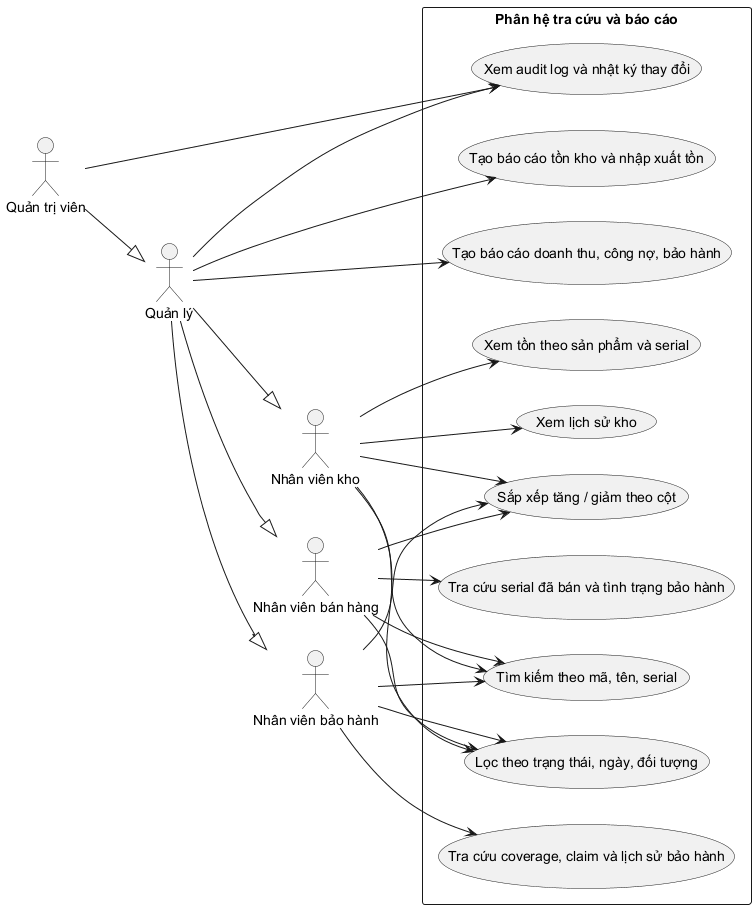
TheGiver262/WarePro keeps this PlantUML diagram as Diagram/plantuml-png/UseCase_TraCuu_BaoCao.png. Above is the earlier version. Its diagram source:
```plantuml
@startuml UseCase_TraCuu_BaoCao
left to right direction
skinparam packageStyle rect

actor "Quản trị viên" as Admin
actor "Quản lý" as Manager
actor "Nhân viên kho" as Storekeeper
actor "Nhân viên bán hàng" as Salesman
actor "Nhân viên bảo hành" as Technician

Admin --|> Manager
Manager --|> Storekeeper
Manager --|> Salesman
Manager --|> Technician

rectangle "Phân hệ tra cứu và báo cáo" {
    usecase "Tìm kiếm theo mã, tên, serial" as UC1
    usecase "Lọc theo trạng thái, ngày, đối tượng" as UC2
    usecase "Sắp xếp tăng / giảm theo cột" as UC3
    usecase "Xem tồn theo sản phẩm và serial" as UC4
    usecase "Xem lịch sử kho" as UC5
    usecase "Tra cứu serial đã bán và tình trạng bảo hành" as UC6
    usecase "Tra cứu coverage, claim và lịch sử bảo hành" as UC7
    usecase "Xem audit log và nhật ký thay đổi" as UC8
    usecase "Tạo báo cáo tồn kho và nhập xuất tồn" as UC9
    usecase "Tạo báo cáo doanh thu, công nợ, bảo hành" as UC10
}

Storekeeper --> UC1
Storekeeper --> UC2
Storekeeper --> UC3
Storekeeper --> UC4
Storekeeper --> UC5

Salesman --> UC1
Salesman --> UC2
Salesman --> UC3
Salesman --> UC6

Technician --> UC1
Technician --> UC2
Technician --> UC3
Technician --> UC7

Manager --> UC8
Manager --> UC9
Manager --> UC10

Admin --> UC8

@enduml
```
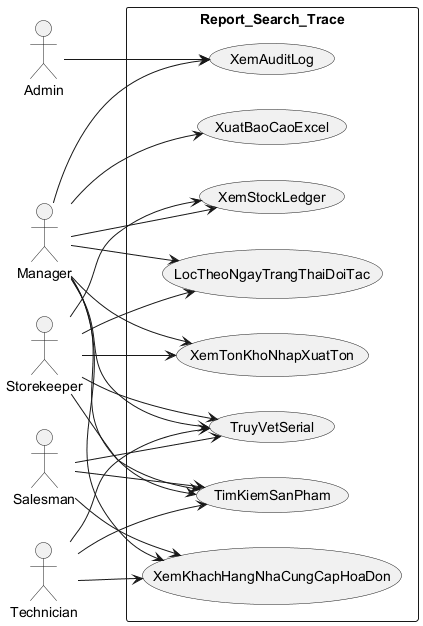
After the change.

The edit, as a diff of the source:
```diff
@@ -1,51 +1,39 @@
 @startuml UseCase_TraCuu_BaoCao
 left to right direction
 skinparam packageStyle rect
-
-actor "Quản trị viên" as Admin
-actor "Quản lý" as Manager
-actor "Nhân viên kho" as Storekeeper
-actor "Nhân viên bán hàng" as Salesman
-actor "Nhân viên bảo hành" as Technician
-
-Admin --|> Manager
-Manager --|> Storekeeper
-Manager --|> Salesman
-Manager --|> Technician
-
-rectangle "Phân hệ tra cứu và báo cáo" {
-    usecase "Tìm kiếm theo mã, tên, serial" as UC1
-    usecase "Lọc theo trạng thái, ngày, đối tượng" as UC2
-    usecase "Sắp xếp tăng / giảm theo cột" as UC3
-    usecase "Xem tồn theo sản phẩm và serial" as UC4
-    usecase "Xem lịch sử kho" as UC5
-    usecase "Tra cứu serial đã bán và tình trạng bảo hành" as UC6
-    usecase "Tra cứu coverage, claim và lịch sử bảo hành" as UC7
-    usecase "Xem audit log và nhật ký thay đổi" as UC8
-    usecase "Tạo báo cáo tồn kho và nhập xuất tồn" as UC9
-    usecase "Tạo báo cáo doanh thu, công nợ, bảo hành" as UC10
+actor Admin
+actor Manager
+actor Storekeeper
+actor Salesman
+actor Technician
+rectangle Report_Search_Trace {
+  usecase TimKiemSanPham as UC1
+  usecase LocTheoNgayTrangThaiDoiTac as UC2
+  usecase XemTonKhoNhapXuatTon as UC3
+  usecase XemStockLedger as UC4
+  usecase TruyVetSerial as UC5
+  usecase XemKhachHangNhaCungCapHoaDon as UC6
+  usecase XuatBaoCaoExcel as UC7
+  usecase XemAuditLog as UC8
 }
-
 Storekeeper --> UC1
 Storekeeper --> UC2
 Storekeeper --> UC3
 Storekeeper --> UC4
 Storekeeper --> UC5
-
 Salesman --> UC1
-Salesman --> UC2
-Salesman --> UC3
+Salesman --> UC5
 Salesman --> UC6
-
 Technician --> UC1
-Technician --> UC2
-Technician --> UC3
-Technician --> UC7
-
+Technician --> UC5
+Technician --> UC6
+Manager --> UC1
+Manager --> UC2
+Manager --> UC3
+Manager --> UC4
+Manager --> UC5
+Manager --> UC6
+Manager --> UC7
 Manager --> UC8
-Manager --> UC9
-Manager --> UC10
-
 Admin --> UC8
-
 @enduml
```
